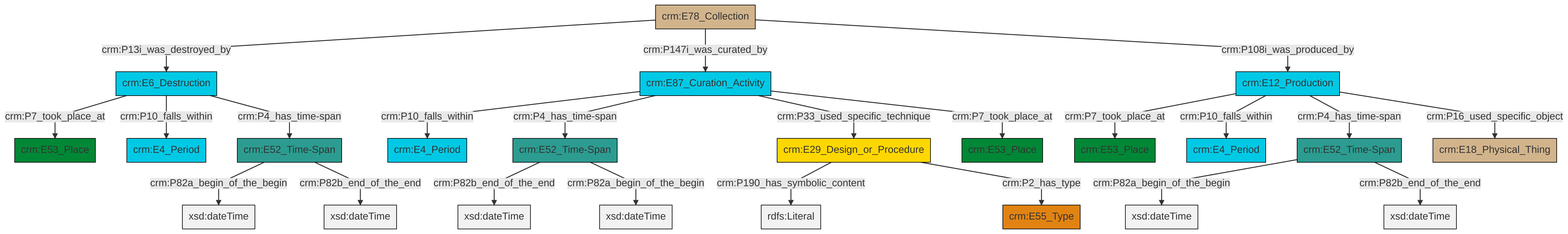
swiss-art-research-net/docs.swissartresearch keeps this Mermaid diagram as et/archivalCSV/ttl/mmd/png/archival_existence.png. Above is the earlier version. Its source is kept beside it as et/archivalCSV/ttl/mmd/archival_existence.ttl.mmd.
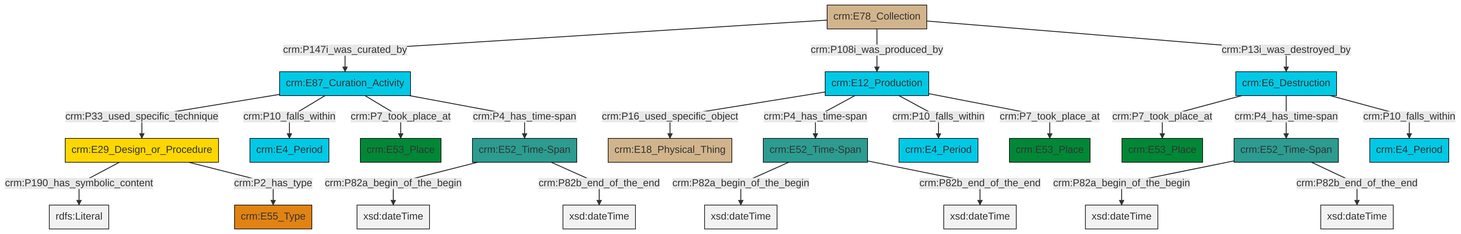
Above is the later version.

The edit, as a diff of the source:
```diff
@@ -13,25 +13,25 @@
 classDef PC_Classes fill:#4ce600, stroke:#000000;
 classDef Multi fill:#cccccc,stroke:#000000;
 
-0["crm:E87_Curation_Activity"]:::Temporal_Entity -->|crm:P10_falls_within| 1["crm:E4_Period"]:::Temporal_Entity
-4["crm:E12_Production"]:::Temporal_Entity -->|crm:P7_took_place_at| 5["crm:E53_Place"]:::Place
-6["crm:E52_Time-Span"]:::Time-Span -->|crm:P82a_begin_of_the_begin| 7[xsd:dateTime]:::Literal
-4["crm:E12_Production"]:::Temporal_Entity -->|crm:P10_falls_within| 8["crm:E4_Period"]:::Temporal_Entity
-0["crm:E87_Curation_Activity"]:::Temporal_Entity -->|crm:P4_has_time-span| 12["crm:E52_Time-Span"]:::Time-Span
-12["crm:E52_Time-Span"]:::Time-Span -->|crm:P82b_end_of_the_end| 16[xsd:dateTime]:::Literal
-23["crm:E6_Destruction"]:::Temporal_Entity -->|crm:P7_took_place_at| 17["crm:E53_Place"]:::Place
-21["crm:E52_Time-Span"]:::Time-Span -->|crm:P82a_begin_of_the_begin| 24[xsd:dateTime]:::Literal
-4["crm:E12_Production"]:::Temporal_Entity -->|crm:P4_has_time-span| 21["crm:E52_Time-Span"]:::Time-Span
-0["crm:E87_Curation_Activity"]:::Temporal_Entity -->|crm:P33_used_specific_technique| 25["crm:E29_Design_or_Procedure"]:::Conceptual_Object
-25["crm:E29_Design_or_Procedure"]:::Conceptual_Object -->|crm:P190_has_symbolic_content| 26[rdfs:Literal]:::Literal
-25["crm:E29_Design_or_Procedure"]:::Conceptual_Object -->|crm:P2_has_type| 2["crm:E55_Type"]:::Type
-21["crm:E52_Time-Span"]:::Time-Span -->|crm:P82b_end_of_the_end| 27[xsd:dateTime]:::Literal
-4["crm:E12_Production"]:::Temporal_Entity -->|crm:P16_used_specific_object| 28["crm:E18_Physical_Thing"]:::Physical_Thing
-9["crm:E78_Collection"]:::Physical_Thing -->|crm:P13i_was_destroyed_by| 23["crm:E6_Destruction"]:::Temporal_Entity
-9["crm:E78_Collection"]:::Physical_Thing -->|crm:P147i_was_curated_by| 0["crm:E87_Curation_Activity"]:::Temporal_Entity
-12["crm:E52_Time-Span"]:::Time-Span -->|crm:P82a_begin_of_the_begin| 31[xsd:dateTime]:::Literal
-0["crm:E87_Curation_Activity"]:::Temporal_Entity -->|crm:P7_took_place_at| 19["crm:E53_Place"]:::Place
-9["crm:E78_Collection"]:::Physical_Thing -->|crm:P108i_was_produced_by| 4["crm:E12_Production"]:::Temporal_Entity
-23["crm:E6_Destruction"]:::Temporal_Entity -->|crm:P10_falls_within| 14["crm:E4_Period"]:::Temporal_Entity
-23["crm:E6_Destruction"]:::Temporal_Entity -->|crm:P4_has_time-span| 6["crm:E52_Time-Span"]:::Time-Span
-6["crm:E52_Time-Span"]:::Time-Span -->|crm:P82b_end_of_the_end| 35[xsd:dateTime]:::Literal
+0["crm:E12_Production"]:::Temporal_Entity -->|crm:P16_used_specific_object| 1["crm:E18_Physical_Thing"]:::Physical_Thing
+0["crm:E12_Production"]:::Temporal_Entity -->|crm:P4_has_time-span| 4["crm:E52_Time-Span"]:::Time-Span
+6["crm:E87_Curation_Activity"]:::Temporal_Entity -->|crm:P33_used_specific_technique| 7["crm:E29_Design_or_Procedure"]:::Conceptual_Object
+8["crm:E6_Destruction"]:::Temporal_Entity -->|crm:P7_took_place_at| 9["crm:E53_Place"]:::Place
+13["crm:E78_Collection"]:::Physical_Thing -->|crm:P147i_was_curated_by| 6["crm:E87_Curation_Activity"]:::Temporal_Entity
+2["crm:E52_Time-Span"]:::Time-Span -->|crm:P82a_begin_of_the_begin| 14[xsd:dateTime]:::Literal
+13["crm:E78_Collection"]:::Physical_Thing -->|crm:P108i_was_produced_by| 0["crm:E12_Production"]:::Temporal_Entity
+7["crm:E29_Design_or_Procedure"]:::Conceptual_Object -->|crm:P190_has_symbolic_content| 15[rdfs:Literal]:::Literal
+0["crm:E12_Production"]:::Temporal_Entity -->|crm:P10_falls_within| 16["crm:E4_Period"]:::Temporal_Entity
+8["crm:E6_Destruction"]:::Temporal_Entity -->|crm:P4_has_time-span| 2["crm:E52_Time-Span"]:::Time-Span
+7["crm:E29_Design_or_Procedure"]:::Conceptual_Object -->|crm:P2_has_type| 19["crm:E55_Type"]:::Type
+0["crm:E12_Production"]:::Temporal_Entity -->|crm:P7_took_place_at| 24["crm:E53_Place"]:::Place
+13["crm:E78_Collection"]:::Physical_Thing -->|crm:P13i_was_destroyed_by| 8["crm:E6_Destruction"]:::Temporal_Entity
+6["crm:E87_Curation_Activity"]:::Temporal_Entity -->|crm:P10_falls_within| 11["crm:E4_Period"]:::Temporal_Entity
+4["crm:E52_Time-Span"]:::Time-Span -->|crm:P82a_begin_of_the_begin| 26[xsd:dateTime]:::Literal
+6["crm:E87_Curation_Activity"]:::Temporal_Entity -->|crm:P7_took_place_at| 20["crm:E53_Place"]:::Place
+4["crm:E52_Time-Span"]:::Time-Span -->|crm:P82b_end_of_the_end| 28[xsd:dateTime]:::Literal
+6["crm:E87_Curation_Activity"]:::Temporal_Entity -->|crm:P4_has_time-span| 32["crm:E52_Time-Span"]:::Time-Span
+32["crm:E52_Time-Span"]:::Time-Span -->|crm:P82a_begin_of_the_begin| 34[xsd:dateTime]:::Literal
+8["crm:E6_Destruction"]:::Temporal_Entity -->|crm:P10_falls_within| 30["crm:E4_Period"]:::Temporal_Entity
+2["crm:E52_Time-Span"]:::Time-Span -->|crm:P82b_end_of_the_end| 37[xsd:dateTime]:::Literal
+32["crm:E52_Time-Span"]:::Time-Span -->|crm:P82b_end_of_the_end| 38[xsd:dateTime]:::Literal
```
